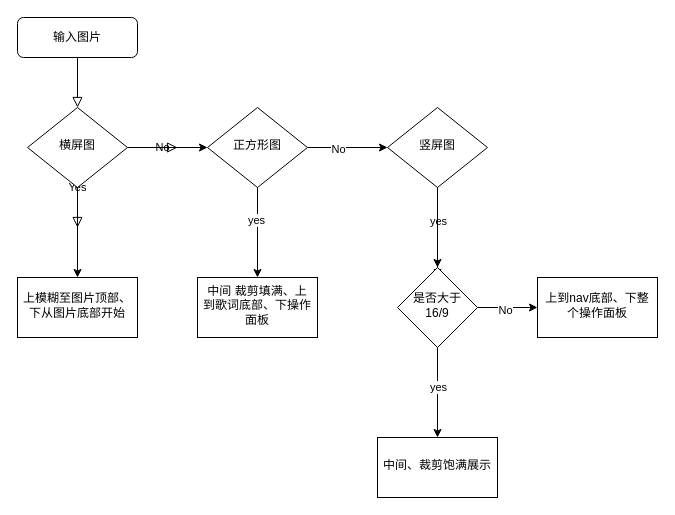
Before: Untitled Diagram.drawio in ChangeStrong/UI-Ps, a draw.io diagram. Source tidied: cells renumbered, new cells numbered last; positions are measured from the earlier drawing's top-left corner, leaving out a move shared by most shapes. Both pictures are drawn from the tidied source at 100%, with x=0, y=0 at pixel (17, 17).
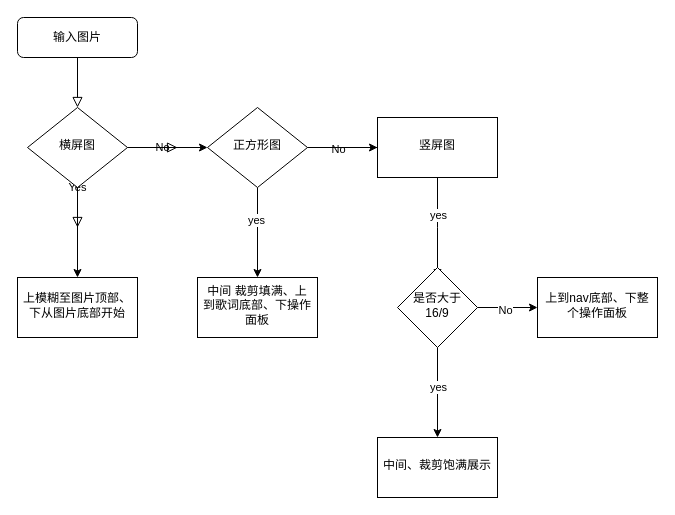
Above is the later version.

Commit message:
模糊背景流程图

The change refers to these unchanged cells:
```xml
<mxCell id="14" value="正方形图" style="rhombus;whiteSpace=wrap;html=1;shadow=0;fontFamily=Helvetica;fontSize=12;align=center;strokeWidth=1;spacing=6;spacingTop=-4;" parent="1" vertex="1">
  <mxGeometry x="190" y="90" width="100" height="80" as="geometry" />
</mxCell>
<mxCell id="24" value="是否大于16/9" style="rhombus;whiteSpace=wrap;html=1;shadow=0;strokeWidth=1;spacing=6;spacingTop=-4;" parent="1" vertex="1">
  <mxGeometry x="380" y="250" width="80" height="80" as="geometry" />
</mxCell>
```

The edit, as a diff of the source:
```diff
@@
-    <mxCell id="12" style="edgeStyle=orthogonalEdgeStyle;rounded=0;jettySize=auto;html=1;" parent="1" edge="1" source="14" target="19">
-      <mxGeometry relative="1" as="geometry" />
+    <mxCell id="12" style="edgeStyle=orthogonalEdgeStyle;rounded=0;jettySize=auto;html=1;" parent="1" edge="1" source="14">
+      <mxGeometry relative="1" as="geometry">
+        <mxPoint x="370" y="130" as="targetPoint" />
+      </mxGeometry>
     </mxCell>
@@
+    <mxCell id="27" style="edgeStyle=orthogonalEdgeStyle;rounded=0;jettySize=auto;html=1;" parent="1" edge="1" source="14" target="19">
+      <mxGeometry relative="1" as="geometry" />
+    </mxCell>
@@
-    <mxCell id="16" style="edgeStyle=orthogonalEdgeStyle;rounded=0;jettySize=auto;html=1;" parent="1" edge="1" source="19">
+    <mxCell id="16" style="edgeStyle=orthogonalEdgeStyle;rounded=0;jettySize=auto;html=1;exitX=0.5;exitY=1;exitDx=0;exitDy=0;" parent="1" edge="1" source="19">
       <mxGeometry relative="1" as="geometry">
         <mxPoint x="420" y="260" as="targetPoint" />
       </mxGeometry>
     </mxCell>
@@
-    <mxCell id="18" style="edgeStyle=orthogonalEdgeStyle;rounded=0;jettySize=auto;html=1;" parent="1" edge="1" source="19" target="24">
-      <mxGeometry relative="1" as="geometry" />
-    </mxCell>
-    <mxCell id="19" value="竖屏图" style="rhombus;whiteSpace=wrap;html=1;shadow=0;fontFamily=Helvetica;fontSize=12;align=center;strokeWidth=1;spacing=6;spacingTop=-4;" parent="1" vertex="1">
-      <mxGeometry x="370" y="90" width="100" height="80" as="geometry" />
-    </mxCell>
@@
+    <mxCell id="19" value="&lt;span style=&quot;&quot;&gt;竖屏图&lt;/span&gt;" style="whiteSpace=wrap;html=1;shadow=0;strokeWidth=1;spacing=6;spacingTop=-4;" parent="1" vertex="1">
+      <mxGeometry x="360" y="100" width="120" height="60" as="geometry" />
+    </mxCell>
```
